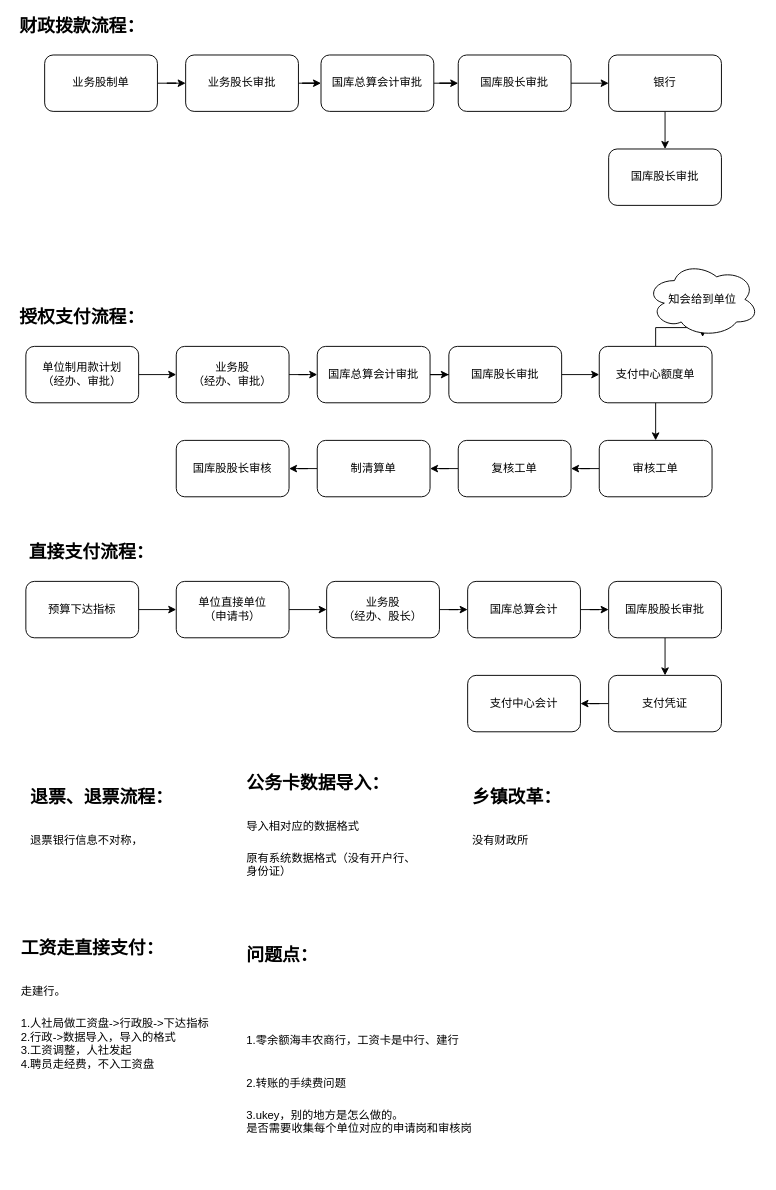
fishmc/2048 keeps this draw.io diagram as page "国库股" (1 of 2) of 国库股.drawio. Above is the earlier version. Source tidied: cells renumbered, new cells numbered last; positions are measured from the earlier drawing's top-left corner, leaving out a move shared by most shapes. Both pictures are drawn from the tidied source at 94%, with x=0, y=0 at pixel (16, 17).
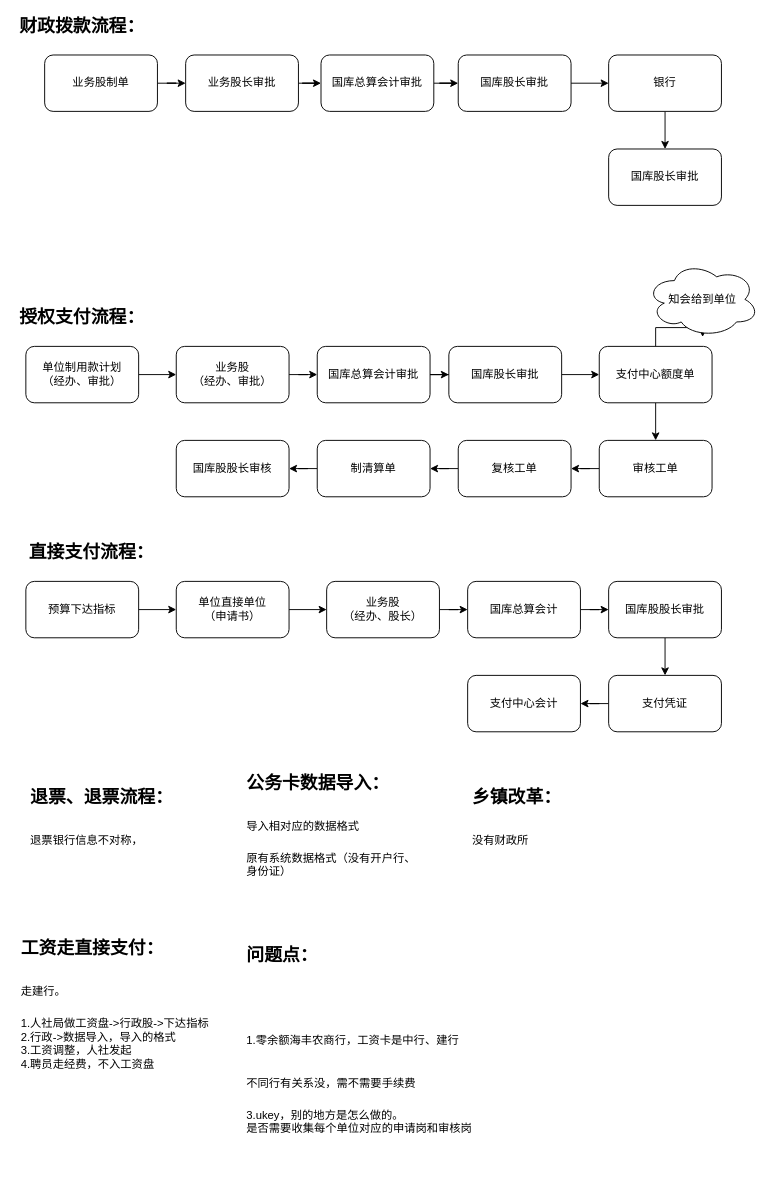
The same page after the edit.

The edit, as a diff of the source:
```diff
@@
-    <mxCell id="52" value="&lt;b style=&quot;text-align: center&quot;&gt;&lt;font style=&quot;font-size: 19px&quot;&gt;问题点：&lt;/font&gt;&lt;/b&gt;&lt;h1&gt;&lt;br&gt;&lt;/h1&gt;&lt;h1&gt;&lt;span style=&quot;font-size: 12px ; font-weight: 400&quot;&gt;1.零余额海丰农商行，工资卡是中行、建行&lt;/span&gt;&lt;/h1&gt;&lt;h1&gt;&lt;span style=&quot;font-size: 12px ; font-weight: 400&quot;&gt;2.转账的手续费问题&lt;/span&gt;&lt;/h1&gt;&lt;div&gt;&lt;span style=&quot;font-size: 12px ; font-weight: 400&quot;&gt;3.ukey，别的地方是怎么做的。&lt;/span&gt;&lt;/div&gt;&lt;div&gt;是否需要收集每个单位对应的申请岗和审核岗&lt;/div&gt;&lt;div&gt;&lt;span style=&quot;font-size: 12px ; font-weight: 400&quot;&gt;&lt;br&gt;&lt;/span&gt;&lt;/div&gt;" style="text;html=1;strokeColor=none;fillColor=none;spacing=5;spacingTop=-20;whiteSpace=wrap;overflow=hidden;rounded=0;verticalAlign=middle;" parent="1" vertex="1">
+    <mxCell id="52" value="&lt;b style=&quot;text-align: center&quot;&gt;&lt;font style=&quot;font-size: 19px&quot;&gt;问题点：&lt;/font&gt;&lt;/b&gt;&lt;h1&gt;&lt;br&gt;&lt;/h1&gt;&lt;h1&gt;&lt;span style=&quot;font-size: 12px ; font-weight: 400&quot;&gt;1.零余额海丰农商行，工资卡是中行、建行&lt;/span&gt;&lt;/h1&gt;&lt;h1&gt;&lt;span style=&quot;font-size: 12px ; font-weight: 400&quot;&gt;不同行有关系没，需不需要手续费&lt;/span&gt;&lt;/h1&gt;&lt;div&gt;&lt;span style=&quot;font-size: 12px ; font-weight: 400&quot;&gt;3.ukey，别的地方是怎么做的。&lt;/span&gt;&lt;/div&gt;&lt;div&gt;是否需要收集每个单位对应的申请岗和审核岗&lt;/div&gt;&lt;div&gt;&lt;span style=&quot;font-size: 12px ; font-weight: 400&quot;&gt;&lt;br&gt;&lt;/span&gt;&lt;/div&gt;" style="text;html=1;strokeColor=none;fillColor=none;spacing=5;spacingTop=-20;whiteSpace=wrap;overflow=hidden;rounded=0;verticalAlign=middle;" parent="1" vertex="1">
       <mxGeometry x="240" y="980" width="260" height="250" as="geometry" />
     </mxCell>
```
